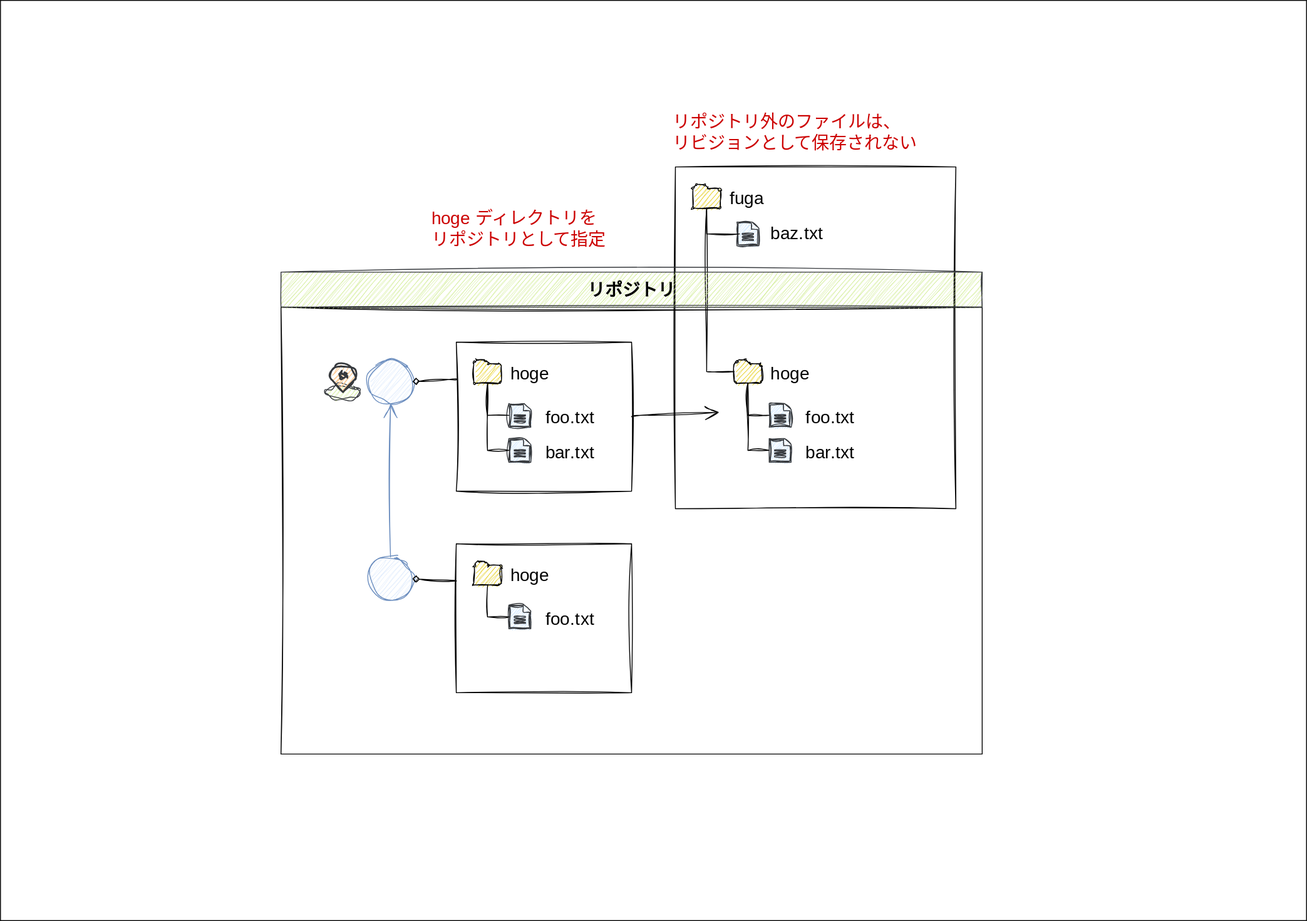
kazurego7/fit keeps this draw.io diagram as doc/image/introducion/repository.drawio.svg. Above is the earlier version. Source tidied: cells renumbered, new cells last; positions are measured from the earlier drawing's top-left corner, leaving out a move shared by most shapes.
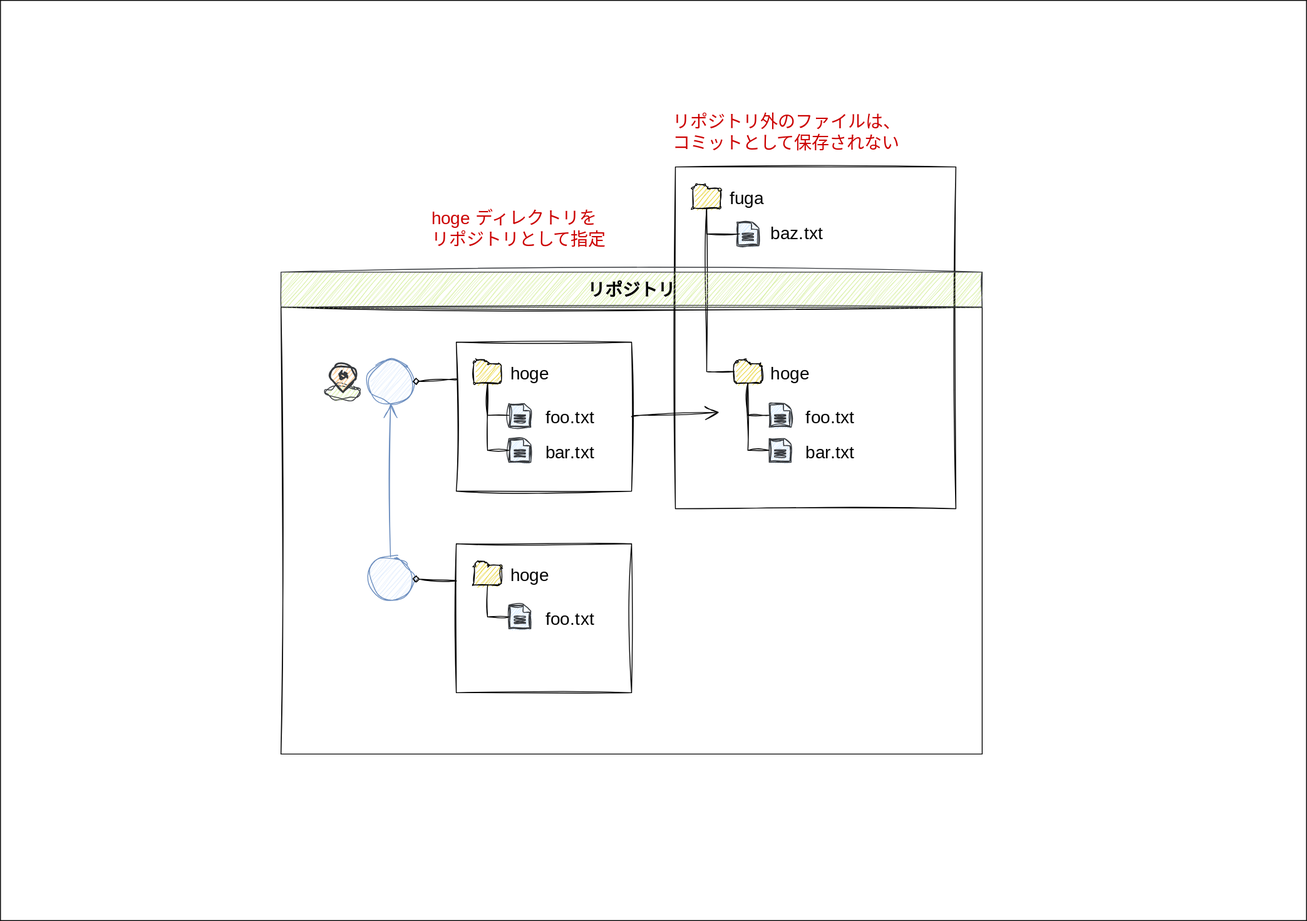
The same file after the commit.

Change to the diagram source:
```diff
@@ -134,7 +134,7 @@
     <mxCell id="45" style="html=1;verticalLabelPosition=bottom;align=center;labelBackgroundColor=#ffffff;verticalAlign=top;strokeWidth=2;strokeColor=#36393d;shadow=0;dashed=0;shape=mxgraph.ios7.icons.location;sketch=1;hachureGap=4;jiggle=2;curveFitting=1;fontFamily=Architects Daughter;fontSource=https%3A%2F%2Ffonts.googleapis.com%2Fcss%3Ffamily%3DArchitects%2BDaughter;fontSize=20;fillColor=#ffcc99;gradientColor=none;" parent="43" vertex="1">
       <mxGeometry x="4.8" width="32" height="32" as="geometry" />
     </mxCell>
-    <mxCell id="46" value="リポジトリ外のファイルは、&lt;br&gt;リビジョンとして保存されない" style="text;strokeColor=none;fillColor=none;html=1;align=left;verticalAlign=middle;whiteSpace=wrap;rounded=0;sketch=1;hachureGap=4;jiggle=2;curveFitting=1;fontFamily=Zen Kurenaido;fontSource=https%3A%2F%2Ffonts.googleapis.com%2Fcss%3Ffamily%3DZen%2BKurenaido;fontSize=20;fontColor=#CC0000;" parent="1" vertex="1">
+    <mxCell id="46" value="リポジトリ外のファイルは、&lt;br&gt;コミットとして保存されない" style="text;strokeColor=none;fillColor=none;html=1;align=left;verticalAlign=middle;whiteSpace=wrap;rounded=0;sketch=1;hachureGap=4;jiggle=2;curveFitting=1;fontFamily=Zen Kurenaido;fontSource=https%3A%2F%2Ffonts.googleapis.com%2Fcss%3Ffamily%3DZen%2BKurenaido;fontSize=20;fontColor=#CC0000;" parent="1" vertex="1">
       <mxGeometry x="765" y="120" width="330" height="60" as="geometry" />
     </mxCell>
     <mxCell id="47" style="edgeStyle=none;curved=1;rounded=0;sketch=1;hachureGap=4;jiggle=2;curveFitting=1;jettySize=auto;html=1;exitX=1;exitY=0.5;exitDx=0;exitDy=0;fontFamily=Zen Kurenaido;fontSource=https%3A%2F%2Ffonts.googleapis.com%2Fcss%3Ffamily%3DZen%2BKurenaido;fontSize=16;fontColor=#000000;endArrow=open;startSize=14;endSize=14;sourcePerimeterSpacing=8;targetPerimeterSpacing=8;" parent="1" edge="1" source="33">
```
